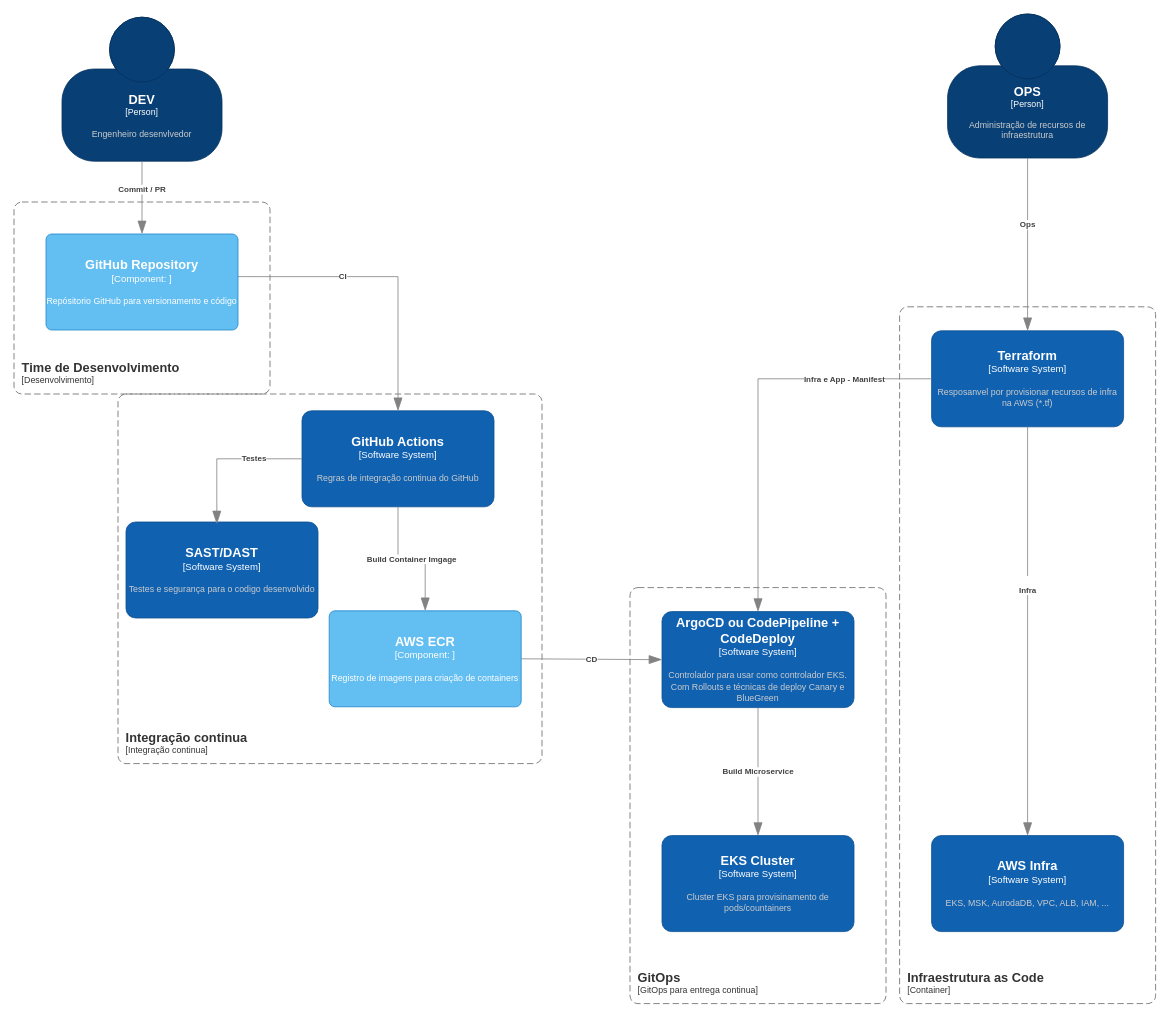
Earlier version of the draw.io diagram page "PB - Eng. Pipe" (9 of 9) of Final-ProntoBurger.drawio.xml (Rogpe-Prog/PBurger-Case). Source tidied: cells renumbered, new cells numbered last; positions are measured from the earlier drawing's top-left corner, leaving out a move shared by most shapes. Both pictures are drawn from the tidied source at 80%, with x=0, y=0 at pixel (14, 14).
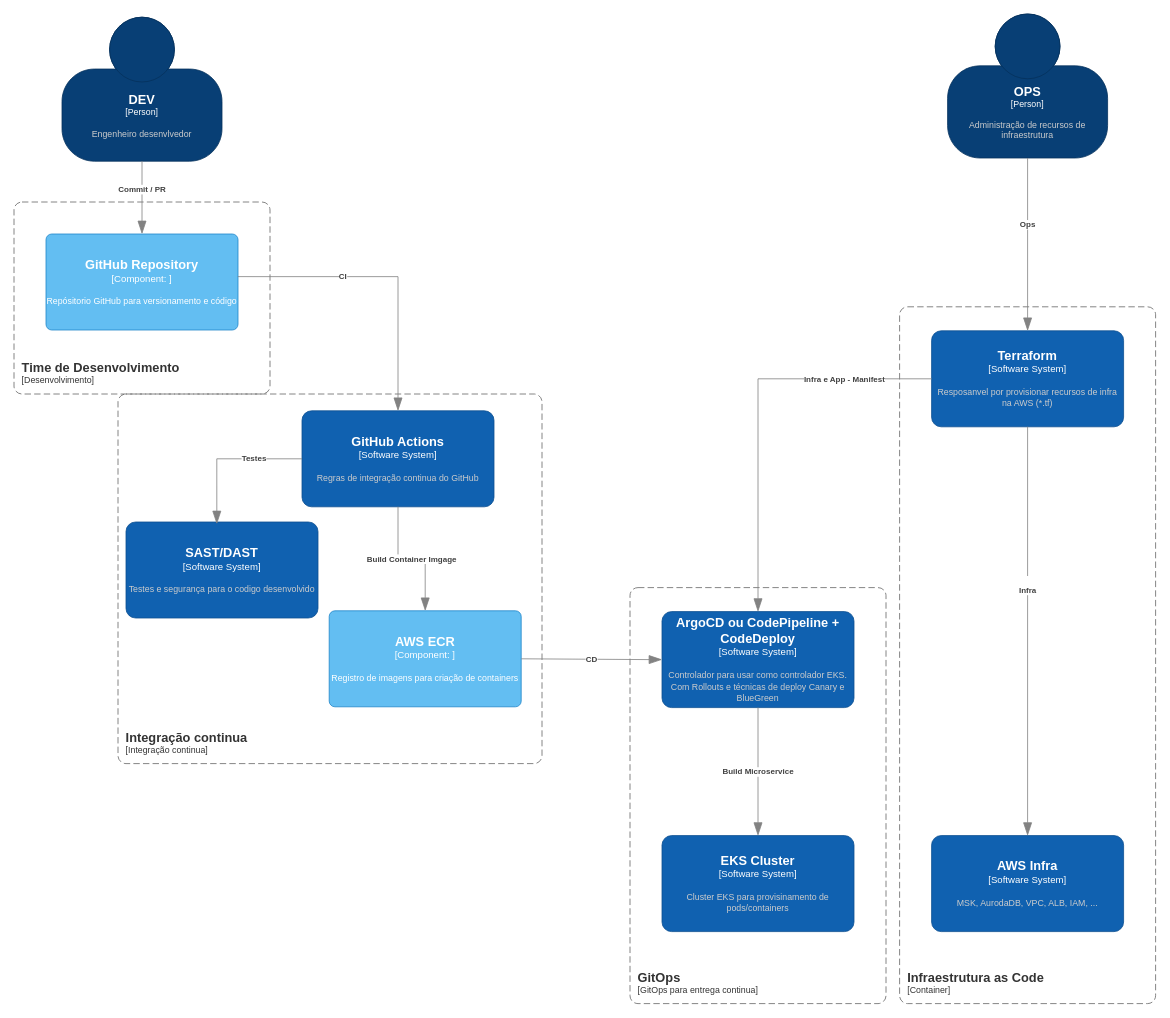
Above is the later version.

Change to the diagram source:
```diff
@@
-    <object id="13" label="&lt;font style=&quot;font-size: 16px&quot;&gt;&lt;b&gt;%c4Name%&lt;/b&gt;&lt;/font&gt;&lt;div&gt;[%c4Type%]&lt;/div&gt;&lt;br&gt;&lt;div&gt;&lt;font style=&quot;font-size: 11px&quot;&gt;&lt;font color=&quot;#cccccc&quot;&gt;%c4Description%&lt;/font&gt;&lt;/div&gt;" c4Description="Cluster EKS para provisinamento de pods/countainers" c4Name="EKS Cluster" c4Type="Software System" placeholders="1">
+    <object id="13" label="&lt;font style=&quot;font-size: 16px&quot;&gt;&lt;b&gt;%c4Name%&lt;/b&gt;&lt;/font&gt;&lt;div&gt;[%c4Type%]&lt;/div&gt;&lt;br&gt;&lt;div&gt;&lt;font style=&quot;font-size: 11px&quot;&gt;&lt;font color=&quot;#cccccc&quot;&gt;%c4Description%&lt;/font&gt;&lt;/div&gt;" c4Description="Cluster EKS para provisinamento de pods/containers" c4Name="EKS Cluster" c4Type="Software System" placeholders="1">
       <mxCell style="rounded=1;whiteSpace=wrap;html=1;labelBackgroundColor=none;fillColor=#1061B0;fontColor=#ffffff;align=center;arcSize=10;strokeColor=#0D5091;points=[[0.25,0,0],[0.5,0,0],[0.75,0,0],[1,0.25,0],[1,0.5,0],[1,0.75,0],[0.75,1,0],[0.5,1,0],[0.25,1,0],[0,0.75,0],[0,0.5,0],[0,0.25,0]];" parent="1" vertex="1">
         <mxGeometry x="810" y="1027" width="240" height="120" as="geometry" />
       </mxCell>
     </object>
@@
-    <object id="23" label="&lt;font style=&quot;font-size: 16px&quot;&gt;&lt;b&gt;%c4Name%&lt;/b&gt;&lt;/font&gt;&lt;div&gt;[%c4Type%]&lt;/div&gt;&lt;br&gt;&lt;div&gt;&lt;font style=&quot;font-size: 11px&quot;&gt;&lt;font color=&quot;#cccccc&quot;&gt;%c4Description%&lt;/font&gt;&lt;/div&gt;" c4Description="EKS, MSK, AurodaDB, VPC, ALB, IAM, ..." c4Name="AWS Infra" c4Type="Software System" placeholders="1">
+    <object id="23" label="&lt;font style=&quot;font-size: 16px&quot;&gt;&lt;b&gt;%c4Name%&lt;/b&gt;&lt;/font&gt;&lt;div&gt;[%c4Type%]&lt;/div&gt;&lt;br&gt;&lt;div&gt;&lt;font style=&quot;font-size: 11px&quot;&gt;&lt;font color=&quot;#cccccc&quot;&gt;%c4Description%&lt;/font&gt;&lt;/div&gt;" c4Description="MSK, AurodaDB, VPC, ALB, IAM, ..." c4Name="AWS Infra" c4Type="Software System" placeholders="1">
       <mxCell style="rounded=1;whiteSpace=wrap;html=1;labelBackgroundColor=none;fillColor=#1061B0;fontColor=#ffffff;align=center;arcSize=10;strokeColor=#0D5091;points=[[0.25,0,0],[0.5,0,0],[0.75,0,0],[1,0.25,0],[1,0.5,0],[1,0.75,0],[0.75,1,0],[0.5,1,0],[0.25,1,0],[0,0.75,0],[0,0.5,0],[0,0.25,0]];" parent="1" vertex="1">
         <mxGeometry x="1147" y="1027" width="240" height="120" as="geometry" />
       </mxCell>
     </object>
```
